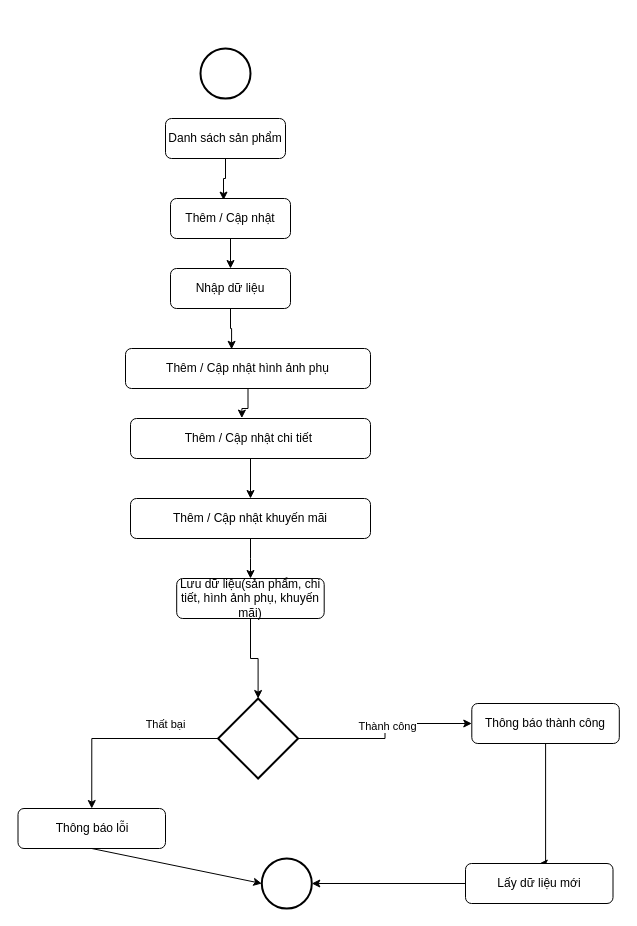
The draw.io diagram Admin/QuanLySanPham/SanPhamFl.drawio in duongquocvu0411/CDSG-CNPM, before the edit. Source tidied: cells renumbered, new cells numbered last; positions are measured from the earlier drawing's top-left corner, leaving out a move shared by most shapes. Both pictures are drawn from the tidied source at 100%, with x=0, y=0 at pixel (17, 48).
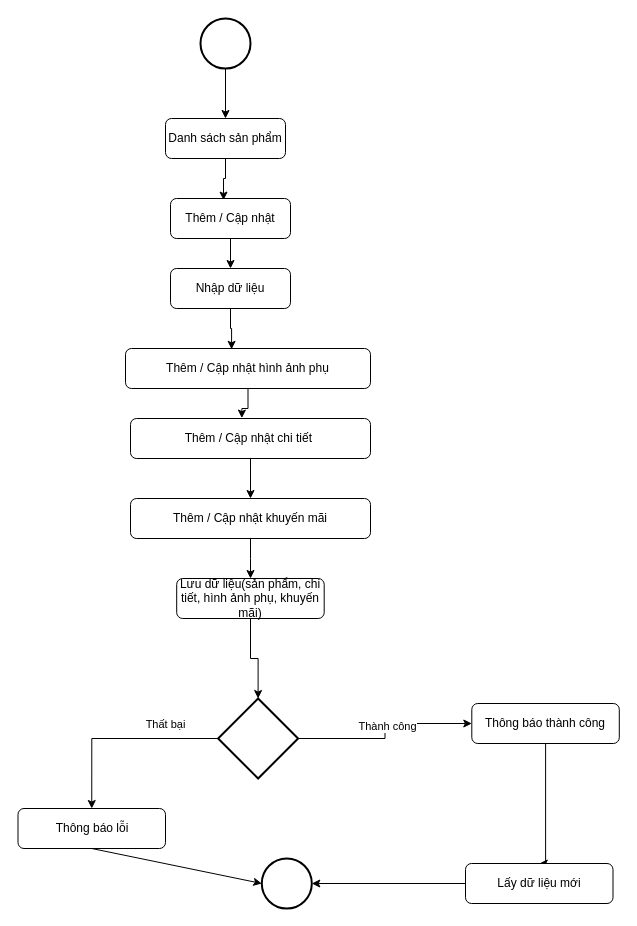
The same page after the edit.

Unchanged cells that the change refers to:
```xml
<mxCell id="2" value="Danh sách sản phẩm" style="rounded=1;whiteSpace=wrap;html=1;fontSize=12;glass=0;strokeWidth=1;shadow=0;" parent="1" vertex="1">
  <mxGeometry x="148" y="70" width="120" height="40" as="geometry" />
</mxCell>
```

Diff of the diagram source:
```diff
@@
+    <mxCell id="29" style="edgeStyle=orthogonalEdgeStyle;rounded=0;jettySize=auto;html=1;" parent="1" edge="1" source="3" target="2">
+      <mxGeometry relative="1" as="geometry" />
+    </mxCell>
     <mxCell id="3" style="strokeWidth=2;html=1;shape=mxgraph.flowchart.start_2;whiteSpace=wrap;" parent="1" vertex="1">
-      <mxGeometry x="183" width="50" height="50" as="geometry" />
+      <mxGeometry x="183" y="-30" width="50" height="50" as="geometry" />
     </mxCell>
```
